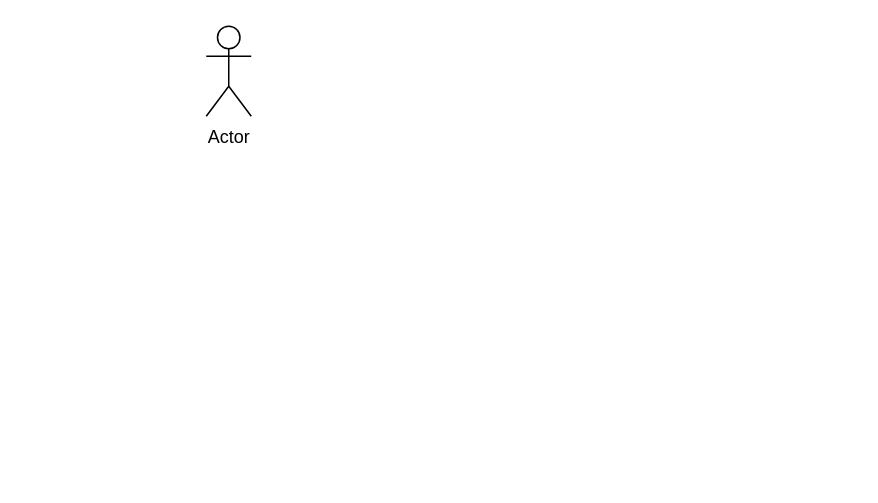
Earlier version of the draw.io diagram Untitled Diagram.drawio (overyoul/draw.io). Source tidied: cells renumbered, new cells numbered last; positions are measured from the earlier drawing's top-left corner, leaving out a move shared by most shapes. Both pictures are drawn from the tidied source at 150%, with x=0, y=0 at pixel (206, 26).
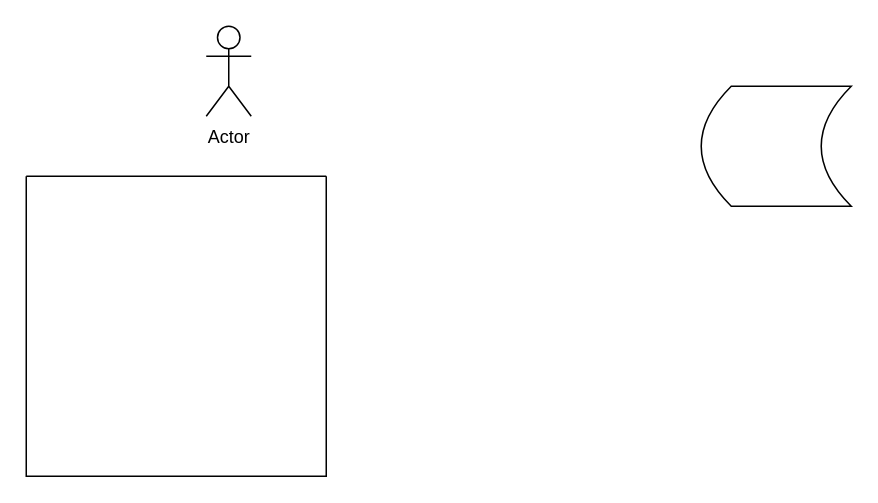
The same diagram, later.

Diff of the diagram source:
```diff
@@
 <mxGraphModel>
   <root>
     <mxCell id="0" />
     <mxCell id="1" parent="0" />
     <mxCell id="2" value="Actor" style="shape=umlActor;verticalLabelPosition=bottom;verticalAlign=top;html=1;" parent="1" vertex="1">
       <mxGeometry width="30" height="60" as="geometry" />
     </mxCell>
+    <mxCell id="3" style="swimlane;startSize=0;" parent="1" vertex="1">
+      <mxGeometry x="-120" y="100" width="200" height="200" as="geometry" />
+    </mxCell>
+    <mxCell id="4" style="shape=dataStorage;whiteSpace=wrap;html=1;fixedSize=1;" parent="1" vertex="1">
+      <mxGeometry x="330" y="40" width="100" height="80" as="geometry" />
+    </mxCell>
   </root>
 </mxGraphModel>
```
